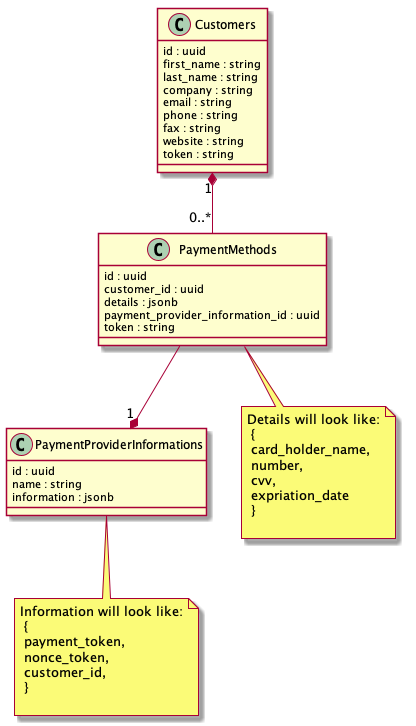
The PlantUML diagram documents/database.png in emfigo/primer, before a commit.
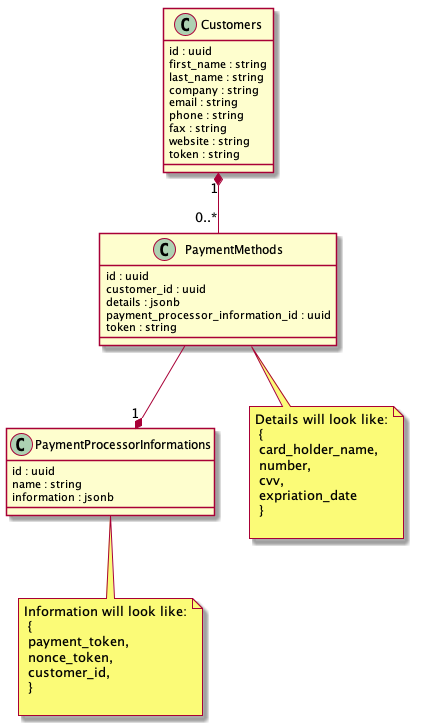
The same file after the commit.

Commit message:
🤖 Rename PaymentProviderInformation to PaymentProcessorInformation Also I add the model and allows to create new payment processor information

Change to the diagram source:
```diff
@@ -15,11 +15,11 @@
   id : uuid
   customer_id : uuid
   details : jsonb
-  payment_provider_information_id : uuid
+  payment_processor_information_id : uuid
   token : string
 }
 
-class PaymentProviderInformations {
+class PaymentProcessorInformations {
   id : uuid
   name : string
   information : jsonb
@@ -30,7 +30,7 @@
 
 Customers "1" *-- "0..*" PaymentMethods
 PaymentMethods .. details
-PaymentMethods --* "1" PaymentProviderInformations
-PaymentProviderInformations .. information
+PaymentMethods --* "1" PaymentProcessorInformations
+PaymentProcessorInformations .. information
 
 @enduml
```
